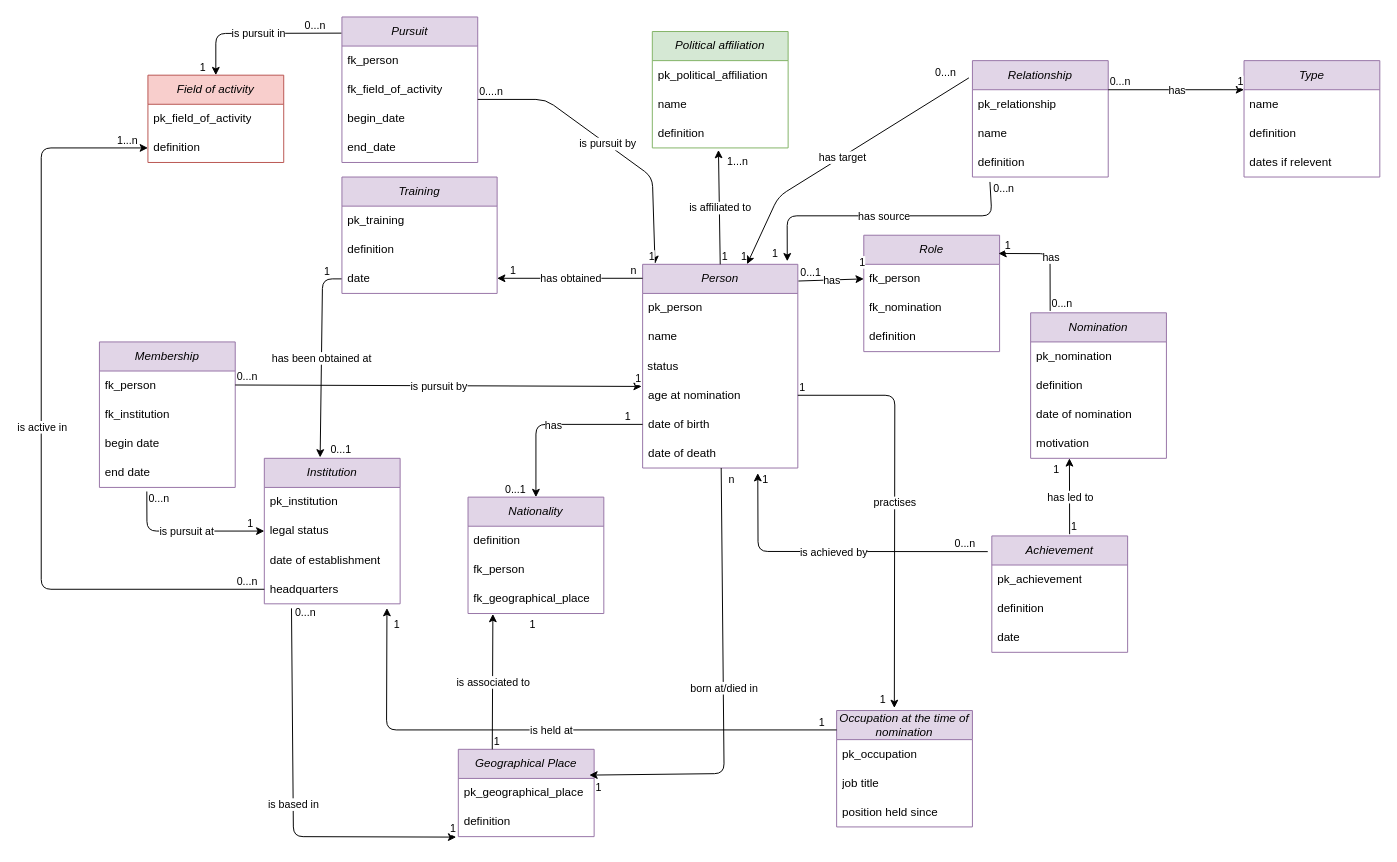
Earlier version of the draw.io diagram Documentation/MCD_to_database_nobel_prize.drawio (cattina2/nobel_peace_prize). Source tidied: cells renumbered, new cells numbered last; positions are measured from the earlier drawing's top-left corner, leaving out a move shared by most shapes. Both pictures are drawn from the tidied source at 97%, with x=0, y=0 at pixel (41, 16).
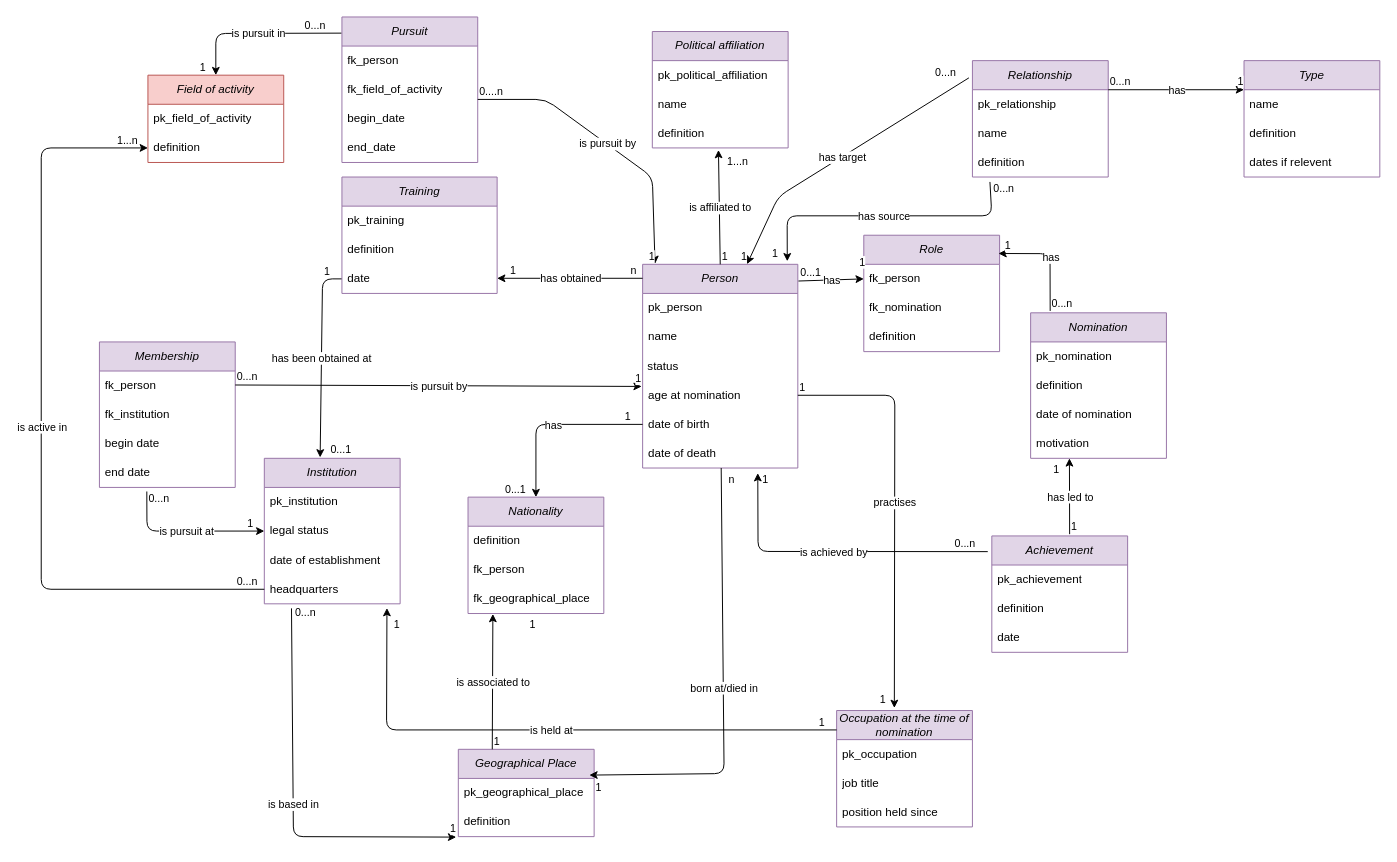
After the change.

Commit message (it also covers changes not shown here):
base de données finalisée sur DBeaver, manque connection institution-field of activity

What changed in the source:
```diff
@@
-    <mxCell id="29" value="Political affiliation" style="swimlane;fontStyle=2;horizontal=1;startSize=30;whiteSpace=wrap;html=1;fillColor=#d5e8d4;strokeColor=#82b366;" parent="1" vertex="1">
+    <mxCell id="29" value="Political affiliation" style="swimlane;fontStyle=2;horizontal=1;startSize=30;whiteSpace=wrap;html=1;fillColor=#e1d5e7;strokeColor=#9673a6;" parent="1" vertex="1">
       <mxGeometry x="630" y="15" width="140" height="120" as="geometry" />
     </mxCell>
```
